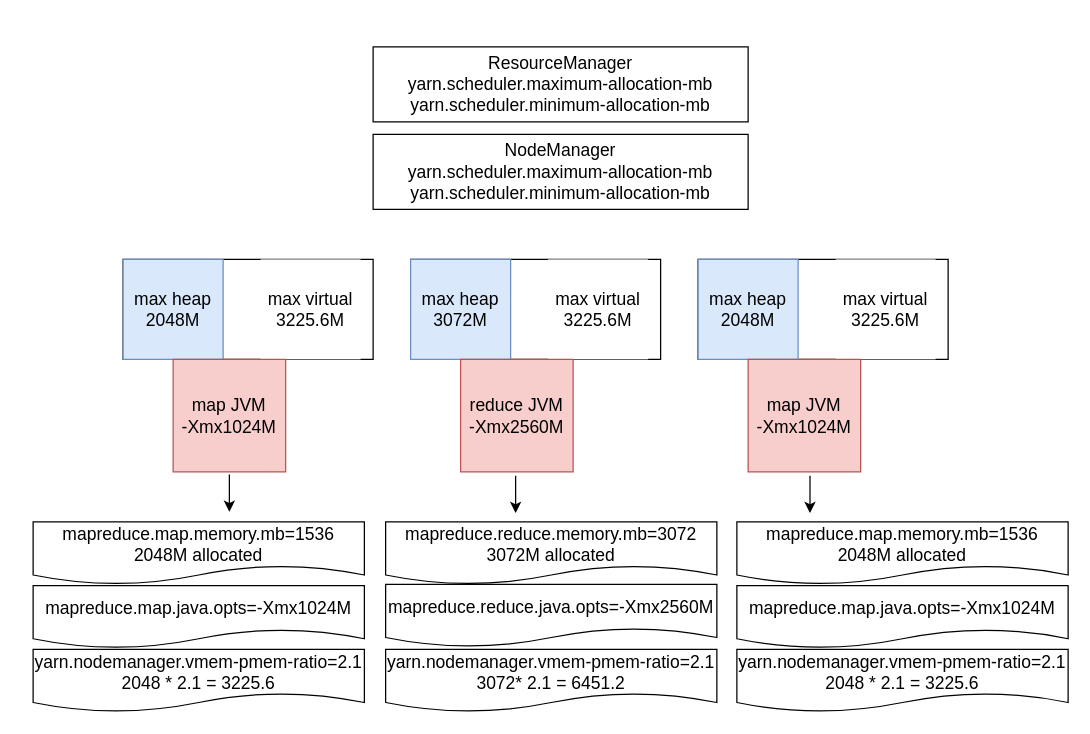
This is mr-mm.drawio from ddxygq/Image, a draw.io file, before an edit. Source tidied: cells renumbered, new cells numbered last; positions are measured from the earlier drawing's top-left corner, leaving out a move shared by most shapes. Both pictures are drawn from the tidied source at 125%, with x=0, y=0 at pixel (32, 46).
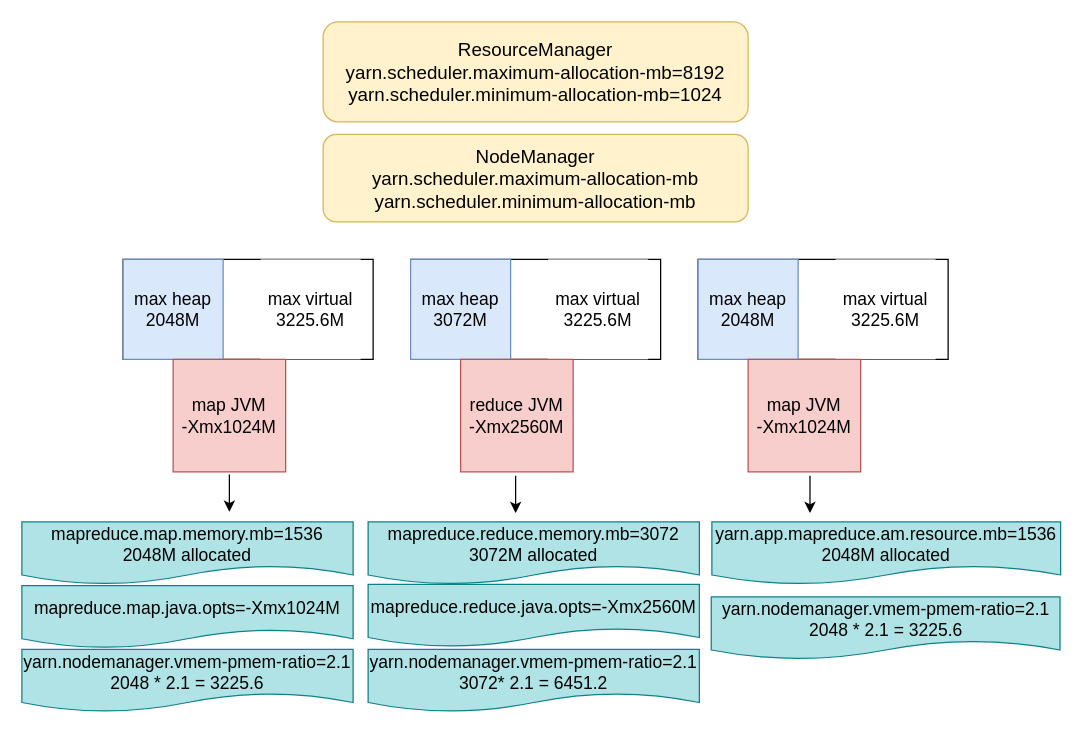
The same page after the edit.

Diff of the diagram source:
```diff
@@
-    <mxCell id="2" value="&lt;div style=&quot;font-size: 14px&quot;&gt;ResourceManager&lt;br style=&quot;font-size: 14px&quot;&gt;&lt;/div&gt;&lt;div style=&quot;font-size: 14px&quot;&gt;yarn.scheduler.maximum-allocation-mb&lt;/div&gt;&lt;div style=&quot;font-size: 14px&quot;&gt;yarn.scheduler.minimum-allocation-mb&lt;/div&gt;" style="rounded=0;whiteSpace=wrap;html=1;fontSize=14;" parent="1" vertex="1">
-      <mxGeometry x="272" width="300" height="60" as="geometry" />
+    <mxCell id="2" value="&lt;div style=&quot;font-size: 15px&quot;&gt;ResourceManager&lt;br style=&quot;font-size: 15px&quot;&gt;&lt;/div&gt;&lt;div style=&quot;font-size: 15px&quot;&gt;yarn.scheduler.maximum-allocation-mb=8192&lt;/div&gt;&lt;div style=&quot;font-size: 15px&quot;&gt;yarn.scheduler.minimum-allocation-mb=1024&lt;/div&gt;" style="rounded=1;whiteSpace=wrap;html=1;fontSize=15;fillColor=#fff2cc;strokeColor=#d6b656;" parent="1" vertex="1">
+      <mxGeometry x="232" y="-20" width="340" height="80" as="geometry" />
     </mxCell>
-    <mxCell id="3" value="&lt;div style=&quot;font-size: 14px&quot;&gt;NodeManager&lt;br style=&quot;font-size: 14px&quot;&gt;&lt;/div&gt;&lt;div style=&quot;font-size: 14px&quot;&gt;yarn.scheduler.maximum-allocation-mb&lt;/div&gt;&lt;div style=&quot;font-size: 14px&quot;&gt;yarn.scheduler.minimum-allocation-mb&lt;/div&gt;" style="rounded=0;whiteSpace=wrap;html=1;fontSize=14;" parent="1" vertex="1">
-      <mxGeometry x="272" y="70" width="300" height="60" as="geometry" />
+    <mxCell id="3" value="&lt;div style=&quot;font-size: 15px;&quot;&gt;NodeManager&lt;br style=&quot;font-size: 15px;&quot;&gt;&lt;/div&gt;&lt;div style=&quot;font-size: 15px;&quot;&gt;yarn.scheduler.maximum-allocation-mb&lt;/div&gt;&lt;div style=&quot;font-size: 15px;&quot;&gt;yarn.scheduler.minimum-allocation-mb&lt;/div&gt;" style="rounded=1;whiteSpace=wrap;html=1;fontSize=15;shadow=0;sketch=0;glass=0;fillColor=#fff2cc;strokeColor=#d6b656;" parent="1" vertex="1">
+      <mxGeometry x="232" y="70" width="340" height="70" as="geometry" />
     </mxCell>
@@
-    <mxCell id="13" value="mapreduce.map.memory.mb=1536&lt;br&gt;2048M allocated" style="shape=document;whiteSpace=wrap;html=1;boundedLbl=1;rounded=0;fontSize=14;fillColor=#ffffff;" parent="1" vertex="1">
-      <mxGeometry y="380" width="265" height="50" as="geometry" />
+    <mxCell id="13" value="mapreduce.map.memory.mb=1536&lt;br&gt;2048M allocated" style="shape=document;whiteSpace=wrap;html=1;boundedLbl=1;rounded=0;fontSize=14;fillColor=#b0e3e6;strokeColor=#0e8088;" parent="1" vertex="1">
+      <mxGeometry x="-9" y="380" width="265" height="50" as="geometry" />
     </mxCell>
-    <mxCell id="14" value="mapreduce.map.java.opts=-Xmx1024M" style="shape=document;whiteSpace=wrap;html=1;boundedLbl=1;rounded=0;fontSize=14;fillColor=#ffffff;" parent="1" vertex="1">
-      <mxGeometry y="431" width="265" height="50" as="geometry" />
+    <mxCell id="14" value="mapreduce.map.java.opts=-Xmx1024M" style="shape=document;whiteSpace=wrap;html=1;boundedLbl=1;rounded=0;fontSize=14;fillColor=#b0e3e6;strokeColor=#0e8088;" parent="1" vertex="1">
+      <mxGeometry x="-9" y="431" width="265" height="50" as="geometry" />
     </mxCell>
-    <mxCell id="15" value="yarn.nodemanager.vmem-pmem-ratio=2.1&lt;br&gt;2048 * 2.1 = 3225.6" style="shape=document;whiteSpace=wrap;html=1;boundedLbl=1;rounded=0;fontSize=14;fillColor=#ffffff;" parent="1" vertex="1">
-      <mxGeometry y="482" width="265" height="50" as="geometry" />
+    <mxCell id="15" value="yarn.nodemanager.vmem-pmem-ratio=2.1&lt;br&gt;2048 * 2.1 = 3225.6" style="shape=document;whiteSpace=wrap;html=1;boundedLbl=1;rounded=0;fontSize=14;fillColor=#b0e3e6;strokeColor=#0e8088;" parent="1" vertex="1">
+      <mxGeometry x="-9" y="482" width="265" height="50" as="geometry" />
     </mxCell>
@@
-    <mxCell id="20" value="mapreduce.reduce.memory.mb=3072&lt;br&gt;3072M allocated" style="shape=document;whiteSpace=wrap;html=1;boundedLbl=1;rounded=0;fontSize=14;fillColor=#ffffff;" parent="1" vertex="1">
-      <mxGeometry x="282" y="380" width="265" height="50" as="geometry" />
+    <mxCell id="20" value="mapreduce.reduce.memory.mb=3072&lt;br&gt;3072M allocated" style="shape=document;whiteSpace=wrap;html=1;boundedLbl=1;rounded=0;fontSize=14;fillColor=#b0e3e6;strokeColor=#0e8088;" parent="1" vertex="1">
+      <mxGeometry x="268" y="380" width="265" height="50" as="geometry" />
     </mxCell>
-    <mxCell id="21" value="mapreduce.reduce.java.opts=-Xmx2560M" style="shape=document;whiteSpace=wrap;html=1;boundedLbl=1;rounded=0;fontSize=14;fillColor=#ffffff;" parent="1" vertex="1">
-      <mxGeometry x="282" y="430" width="265" height="50" as="geometry" />
+    <mxCell id="21" value="mapreduce.reduce.java.opts=-Xmx2560M" style="shape=document;whiteSpace=wrap;html=1;boundedLbl=1;rounded=0;fontSize=14;fillColor=#b0e3e6;strokeColor=#0e8088;" parent="1" vertex="1">
+      <mxGeometry x="268" y="430" width="265" height="50" as="geometry" />
     </mxCell>
-    <mxCell id="22" value="yarn.nodemanager.vmem-pmem-ratio=2.1&lt;br&gt;3072* 2.1 = 6451.2" style="shape=document;whiteSpace=wrap;html=1;boundedLbl=1;rounded=0;fontSize=14;fillColor=#ffffff;" parent="1" vertex="1">
-      <mxGeometry x="282" y="482" width="265" height="50" as="geometry" />
+    <mxCell id="22" value="yarn.nodemanager.vmem-pmem-ratio=2.1&lt;br&gt;3072* 2.1 = 6451.2" style="shape=document;whiteSpace=wrap;html=1;boundedLbl=1;rounded=0;fontSize=14;fillColor=#b0e3e6;strokeColor=#0e8088;" parent="1" vertex="1">
+      <mxGeometry x="268" y="482" width="265" height="50" as="geometry" />
     </mxCell>
-    <mxCell id="23" value="mapreduce.map.memory.mb=1536&lt;br&gt;2048M allocated" style="shape=document;whiteSpace=wrap;html=1;boundedLbl=1;rounded=0;fontSize=14;fillColor=#ffffff;" parent="1" vertex="1">
-      <mxGeometry x="563" y="380" width="265" height="50" as="geometry" />
+    <mxCell id="23" value="&lt;div&gt;yarn.app.mapreduce.am.resource.mb=1536&lt;/div&gt;&lt;div&gt;2048M allocated&lt;/div&gt;" style="shape=document;whiteSpace=wrap;html=1;boundedLbl=1;rounded=0;fontSize=14;fillColor=#b0e3e6;strokeColor=#0e8088;" parent="1" vertex="1">
+      <mxGeometry x="543" y="380" width="279" height="50" as="geometry" />
     </mxCell>
-    <mxCell id="24" value="mapreduce.map.java.opts=-Xmx1024M" style="shape=document;whiteSpace=wrap;html=1;boundedLbl=1;rounded=0;fontSize=14;fillColor=#ffffff;" parent="1" vertex="1">
-      <mxGeometry x="563" y="431" width="265" height="50" as="geometry" />
-    </mxCell>
-    <mxCell id="25" value="yarn.nodemanager.vmem-pmem-ratio=2.1&lt;br&gt;2048 * 2.1 = 3225.6" style="shape=document;whiteSpace=wrap;html=1;boundedLbl=1;rounded=0;fontSize=14;fillColor=#ffffff;" parent="1" vertex="1">
-      <mxGeometry x="563" y="482" width="265" height="50" as="geometry" />
+    <mxCell id="25" value="yarn.nodemanager.vmem-pmem-ratio=2.1&lt;br&gt;2048 * 2.1 = 3225.6" style="shape=document;whiteSpace=wrap;html=1;boundedLbl=1;rounded=0;fontSize=14;fillColor=#b0e3e6;strokeColor=#0e8088;" parent="1" vertex="1">
+      <mxGeometry x="542.5" y="440" width="279" height="50" as="geometry" />
     </mxCell>
```
